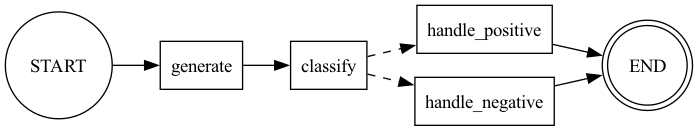
molody1987-lee/langchain-study keeps this Graphviz diagram as graph/graph_test.png. Above is the earlier version. Its source is kept beside it as graph/graph_test.gv. Its diagram source:
```dot
digraph {
	rankdir=LR
	__start__ [label=START shape=circle]
	generate [label=generate shape=box]
	classify [label=classify shape=box]
	handle_positive [label=handle_positive shape=box]
	handle_negative [label=handle_negative shape=box]
	__end__ [label=END shape=doublecircle]
	__start__ -> generate [label=""]
	classify -> handle_negative [label="" style=dashed]
	classify -> handle_positive [label="" style=dashed]
	generate -> classify [label=""]
	handle_negative -> __end__ [label=""]
	handle_positive -> __end__ [label=""]
}
```
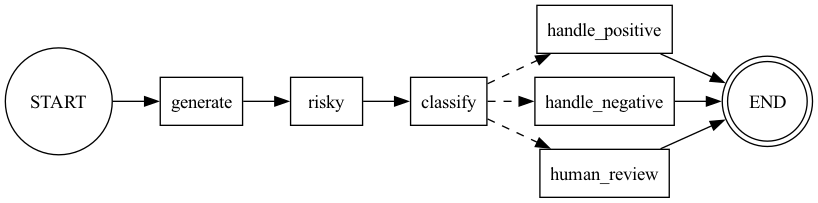
The same file after the commit.

Diff of the diagram source:
```diff
@@ -2,14 +2,19 @@
 	rankdir=LR
 	__start__ [label=START shape=circle]
 	generate [label=generate shape=box]
+	risky [label=risky shape=box]
 	classify [label=classify shape=box]
 	handle_positive [label=handle_positive shape=box]
 	handle_negative [label=handle_negative shape=box]
+	human_review [label=human_review shape=box]
 	__end__ [label=END shape=doublecircle]
 	__start__ -> generate [label=""]
 	classify -> handle_negative [label="" style=dashed]
 	classify -> handle_positive [label="" style=dashed]
-	generate -> classify [label=""]
+	classify -> human_review [label="" style=dashed]
+	generate -> risky [label=""]
+	risky -> classify [label=""]
 	handle_negative -> __end__ [label=""]
 	handle_positive -> __end__ [label=""]
+	human_review -> __end__ [label=""]
 }
```
